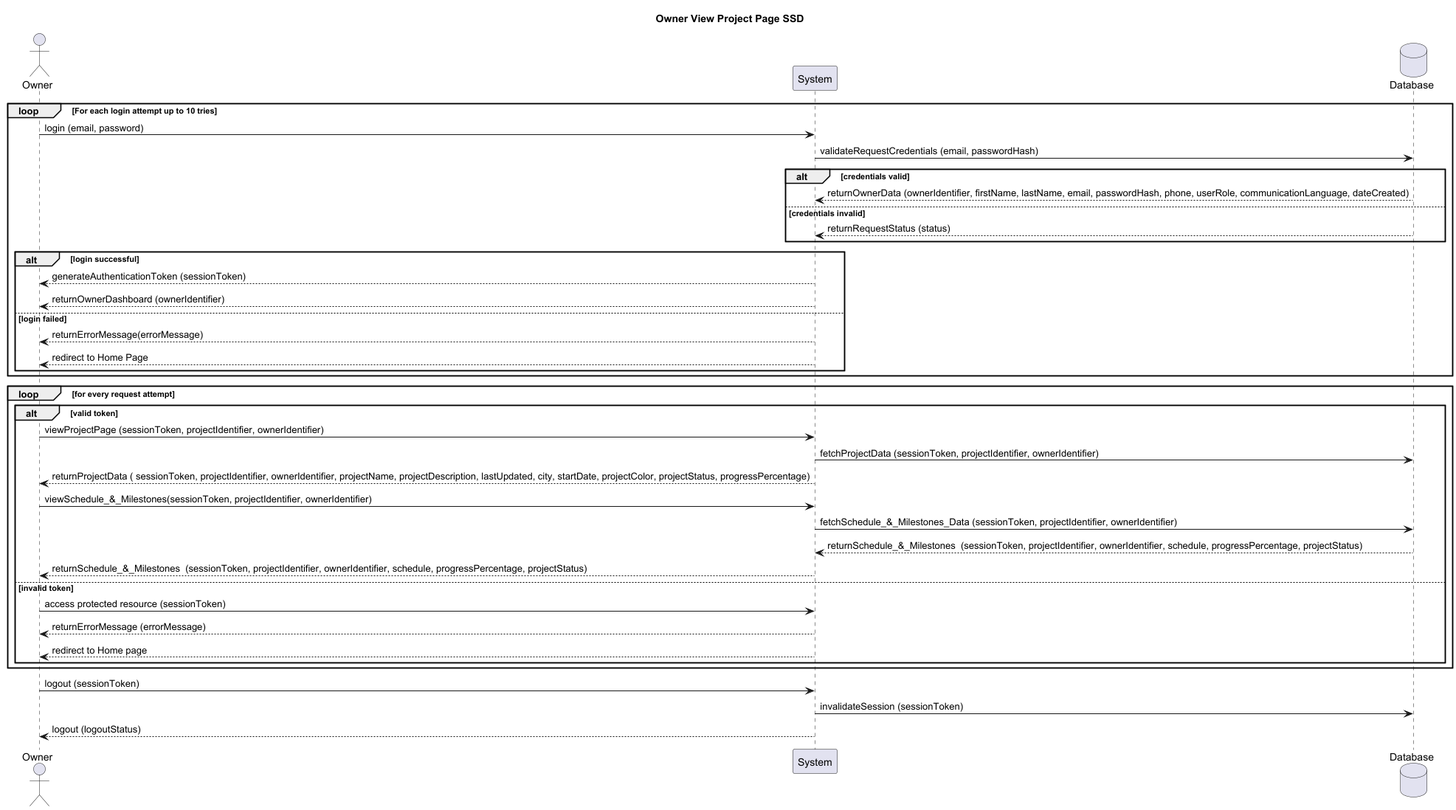
LCDCI/Les-Constructions-Dominic-Cyr keeps this PlantUML diagram as Diagrams/Diagrams/SSD_diagrams/Owner_View_Project_Page_SSD.png. Above is the earlier version.
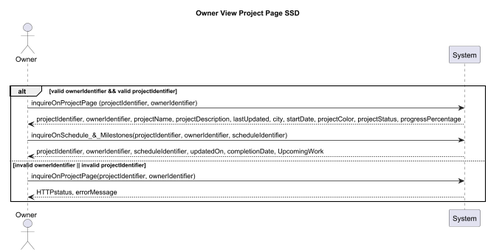
Later version of the same file.

Commit message:
added up to date diagrams for ssd view project

Diff of the diagram source:
```diff
@@ -3,42 +3,16 @@
 
 actor Owner
 
-loop For each login attempt up to 10 tries
-    Owner -> System: login (email, password)
-    database Database
-    System -> Database:  validateRequestCredentials (email, passwordHash)
-    alt credentials valid
-        Database --> System: returnOwnerData (ownerIdentifier, firstName, lastName, email, passwordHash, phone, userRole, communicationLanguage, dateCreated)
-    else credentials invalid
-    Database --> System: returnRequestStatus (status)
-    end
+loop for every request attempt
+ alt valid ownerIdentifier && valid projectIdentifier
+ Owner -> System: inquireOnProjectPage (projectIdentifier, ownerIdentifier)
+    System --> Owner:  projectIdentifier, ownerIdentifier, projectName, projectDescription, lastUpdated, city, startDate, projectColor, projectStatus, progressPercentage
+    Owner -> System: inquireOnSchedule_&_Milestones(projectIdentifier, ownerIdentifier, scheduleIdentifier)
+    System --> Owner: projectIdentifier, ownerIdentifier, scheduleIdentifier, updatedOn, completionDate, UpcomingWork
+ else invalid ownerIdentifier || invalid projectIdentifier
+     Owner -> System: inquireOnProjectPage(projectIdentifier, ownerIdentifier)
+     System --> Owner: HTTPstatus, errorMessage
+ end
 
-    alt login successful
-        System --> Owner: generateAuthenticationToken (sessionToken)
-        System --> Owner: returnOwnerDashboard (ownerIdentifier)
-    else login failed
-        System --> Owner: returnErrorMessage(errorMessage)
-        System --> Owner: redirect to Home Page
-    end
-end
-loop for every request attempt
- alt valid token
- Owner -> System: viewProjectPage (sessionToken, projectIdentifier, ownerIdentifier)
-    System -> Database: fetchProjectData (sessionToken, projectIdentifier, ownerIdentifier)
-    System --> Owner: returnProjectData ( sessionToken, projectIdentifier, ownerIdentifier, projectName, projectDescription, lastUpdated, city, startDate, projectColor, projectStatus, progressPercentage)
-    Owner -> System: viewSchedule_&_Milestones(sessionToken, projectIdentifier, ownerIdentifier)
-    System -> Database: fetchSchedule_&_Milestones_Data (sessionToken, projectIdentifier, ownerIdentifier)
-    Database --> System: returnSchedule_&_Milestones  (sessionToken, projectIdentifier, ownerIdentifier, schedule, progressPercentage, projectStatus)
-    System --> Owner: returnSchedule_&_Milestones  (sessionToken, projectIdentifier, ownerIdentifier, schedule, progressPercentage, projectStatus)
- else invalid token
-     Owner -> System: access protected resource (sessionToken)
-     System --> Owner: returnErrorMessage (errorMessage)
-     System --> Owner: redirect to Home page
- end
-end
-
-Owner -> System: logout (sessionToken)
-System -> Database: invalidateSession (sessionToken)
-System --> Owner: logout (logoutStatus)
 
 @enduml
```
